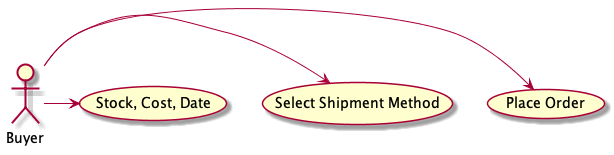
Earlier version of the PlantUML export images/buyer-usecases.puml.png (EciStg/order-placement). Source of this version:
```plantuml
@startuml sequence-buyer2seller.png
Buyer -> (Place Order)
Buyer -> (Select Shipment Method)
Buyer -> (Stock, Cost, Date)
@enduml
```
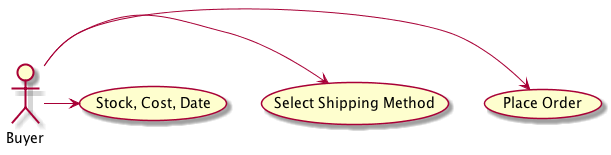
After the commit.

Diff of the diagram source:
```diff
@@ -1,5 +1,5 @@
 @startuml sequence-buyer2seller.png
 Buyer -> (Place Order)
-Buyer -> (Select Shipment Method)
+Buyer -> (Select Shipping Method)
 Buyer -> (Stock, Cost, Date)
 @enduml
```
